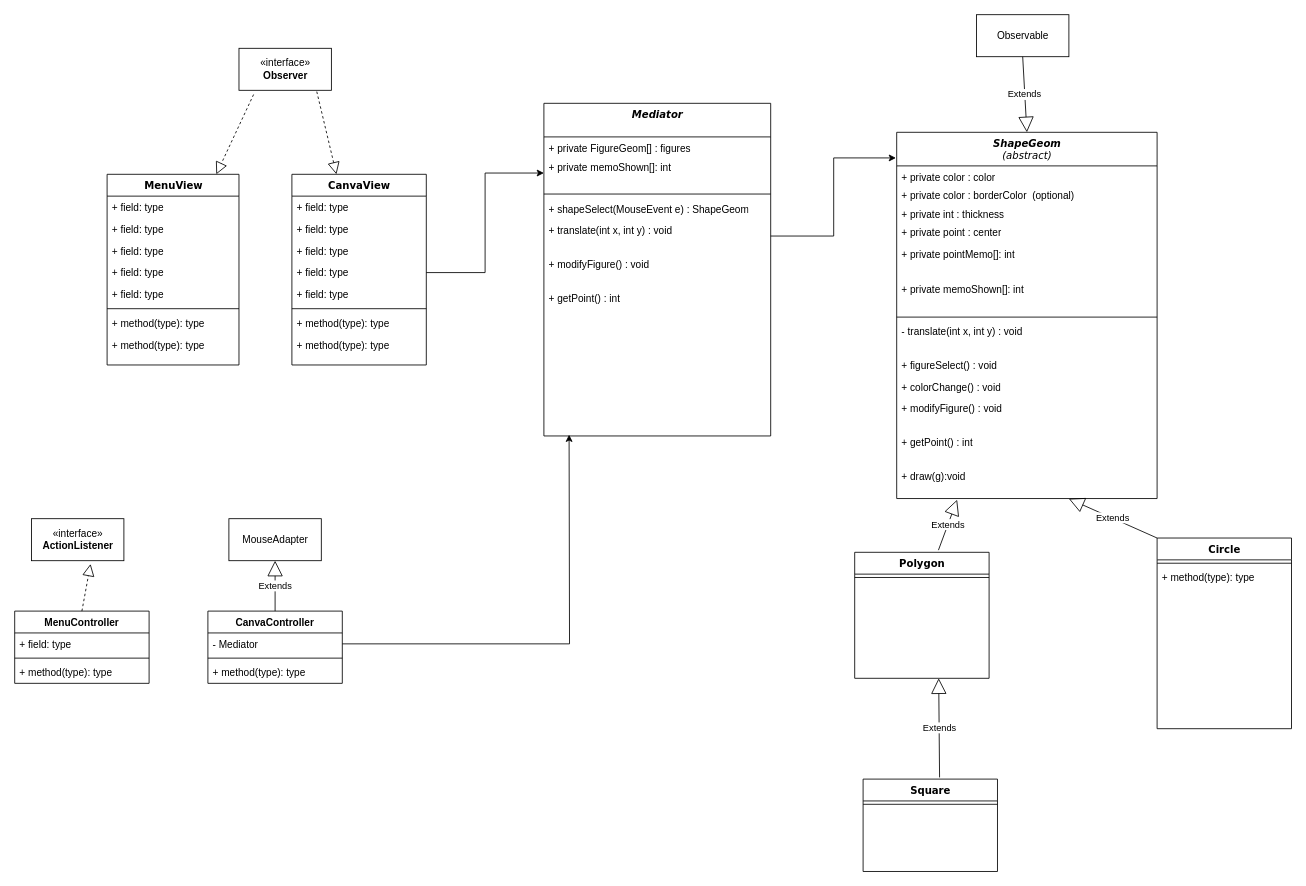
DrNossberg/GeomPaint keeps this draw.io diagram as Untitled Diagram.drawio. Above is the earlier version. Source tidied: cells renumbered, new cells numbered last; positions are measured from the earlier drawing's top-left corner, leaving out a move shared by most shapes. Both pictures are drawn from the tidied source at 84%, with x=0, y=0 at pixel (14, 14).
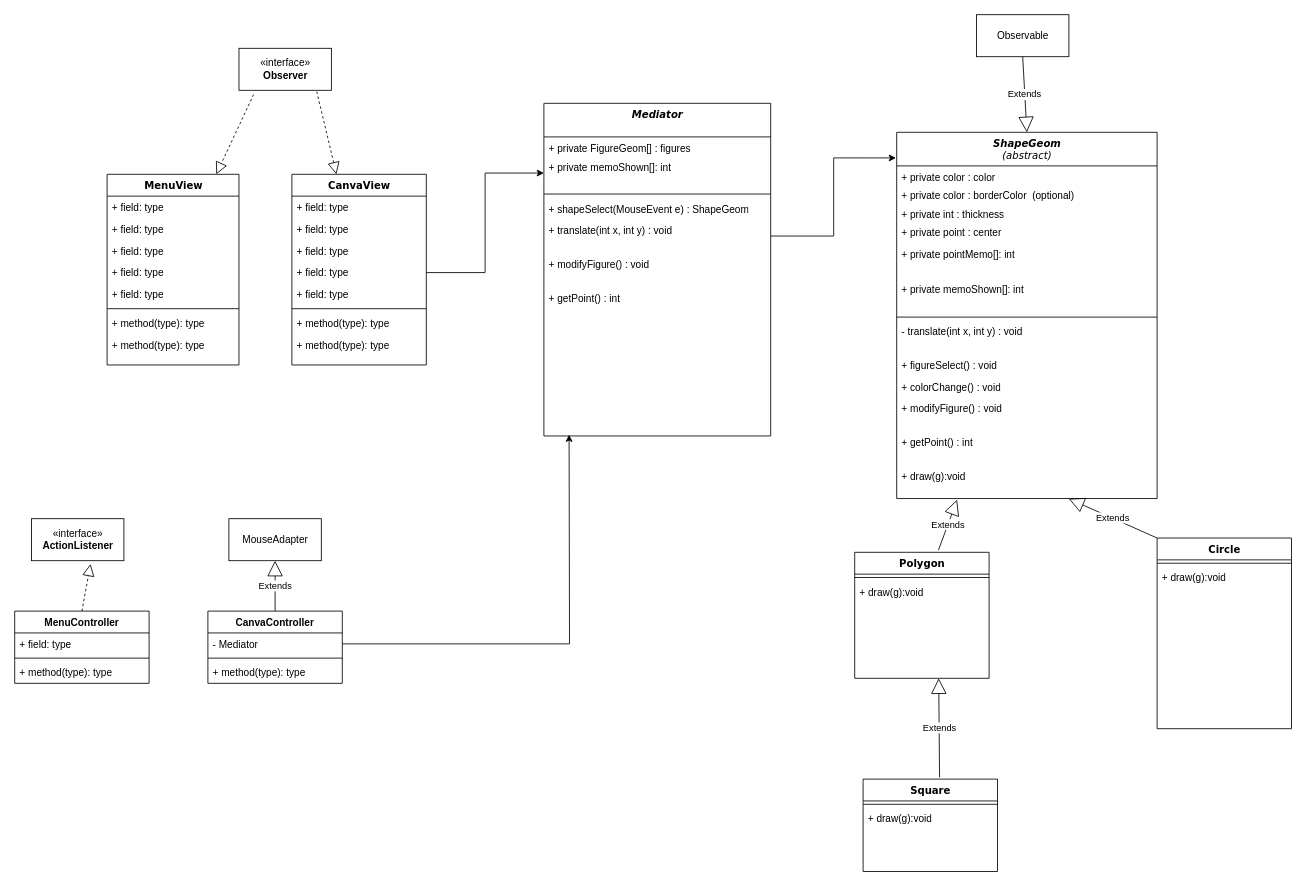
The same diagram, later.

Commit message:
Modified method of herited class from ShapeGeom

Unchanged cells that the change refers to:
```xml
<mxCell id="16" value="Polygon" style="swimlane;html=1;fontStyle=1;align=center;verticalAlign=top;horizontal=1;startSize=26;swimlaneFillColor=#ffffff;rounded=0;shadow=0;comic=0;labelBackgroundColor=none;strokeWidth=1;fillColor=none;fontFamily=Verdana;fontSize=12;" parent="1" vertex="1">
  <mxGeometry x="1000" y="640" width="160" height="150" as="geometry" />
</mxCell>
<mxCell id="18" value="Circle" style="swimlane;html=1;fontStyle=1;align=center;verticalAlign=top;horizontal=1;startSize=26;swimlaneFillColor=#ffffff;rounded=0;shadow=0;comic=0;labelBackgroundColor=none;strokeWidth=1;fillColor=none;fontFamily=Verdana;fontSize=12;" parent="1" vertex="1">
  <mxGeometry x="1360" y="623" width="160" height="227" as="geometry" />
</mxCell>
<mxCell id="30" value="Square" style="swimlane;html=1;fontStyle=1;align=center;verticalAlign=top;horizontal=1;startSize=26;swimlaneFillColor=#ffffff;rounded=0;shadow=0;comic=0;labelBackgroundColor=none;strokeWidth=1;fillColor=none;fontFamily=Verdana;fontSize=12;" parent="1" vertex="1">
  <mxGeometry x="1010" y="910" width="160" height="110" as="geometry" />
</mxCell>
```

What changed in the source:
```diff
@@
+    <mxCell id="72" value="+ draw(g):void" style="text;html=1;strokeColor=none;fillColor=none;align=left;verticalAlign=top;spacingLeft=4;spacingRight=4;whiteSpace=wrap;overflow=hidden;" parent="16" vertex="1">
+      <mxGeometry y="34" width="160" height="40" as="geometry" />
+    </mxCell>
@@
-    <mxCell id="20" value="+ method(type): type" style="text;html=1;strokeColor=none;fillColor=none;align=left;verticalAlign=top;spacingLeft=4;spacingRight=4;whiteSpace=wrap;overflow=hidden;" parent="18" vertex="1">
-      <mxGeometry y="34" width="160" height="26" as="geometry" />
-    </mxCell>
+    <mxCell id="73" value="+ draw(g):void" style="text;html=1;strokeColor=none;fillColor=none;align=left;verticalAlign=top;spacingLeft=4;spacingRight=4;whiteSpace=wrap;overflow=hidden;" parent="18" vertex="1">
+      <mxGeometry y="34" width="160" height="40" as="geometry" />
+    </mxCell>
@@
+    <mxCell id="74" value="+ draw(g):void" style="text;html=1;strokeColor=none;fillColor=none;align=left;verticalAlign=top;spacingLeft=4;spacingRight=4;whiteSpace=wrap;overflow=hidden;" parent="30" vertex="1">
+      <mxGeometry y="34" width="160" height="40" as="geometry" />
+    </mxCell>
```
